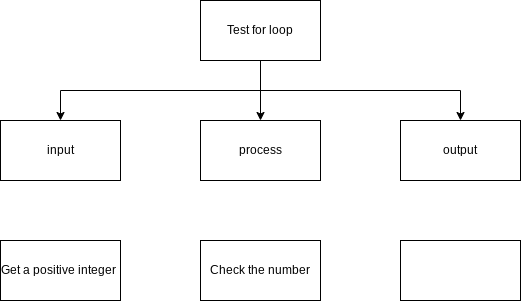
This is Top-Down.png from huihangisaac-ho/ICS3U-Unit4-03-Python, a draw.io export, as it was before one commit. Source tidied: cells renumbered, new cells last; positions are measured from the earlier drawing's top-left corner, leaving out a move shared by most shapes.
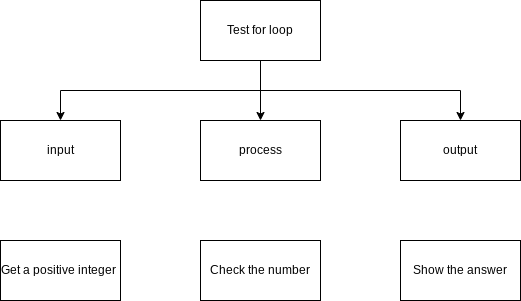
After the change.

Change to the diagram source:
```diff
@@ -29,7 +29,7 @@
     <mxCell id="10" value="Check the number" style="rounded=0;whiteSpace=wrap;html=1;" parent="1" vertex="1">
       <mxGeometry x="200" y="240" width="120" height="60" as="geometry" />
     </mxCell>
-    <mxCell id="11" style="rounded=0;whiteSpace=wrap;html=1;" parent="1" vertex="1">
+    <mxCell id="11" value="Show the answer" style="rounded=0;whiteSpace=wrap;html=1;" parent="1" vertex="1">
       <mxGeometry x="400" y="240" width="120" height="60" as="geometry" />
     </mxCell>
   </root>
```
